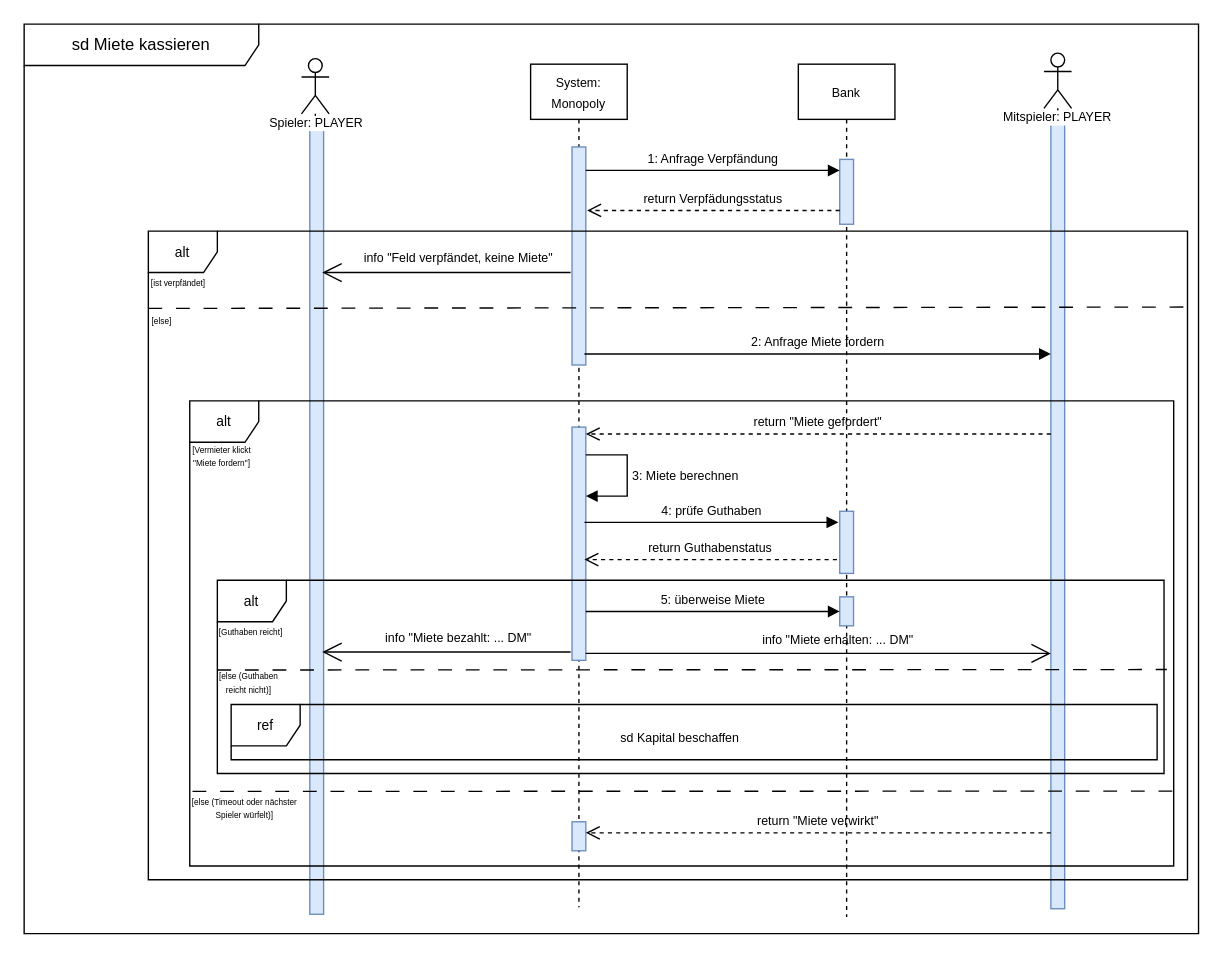
TypeWolf/dhbw_se_monopoly keeps this draw.io diagram as page "sd Miete kassieren" (4 of 7) of Sequenzdiagramme SE Monopoly.drawio. Above is the earlier version. Source tidied: cells renumbered, new cells numbered last; positions are measured from the earlier drawing's top-left corner, leaving out a move shared by most shapes. Both pictures are drawn from the tidied source at 138%, with x=0, y=0 at pixel (23, 23).
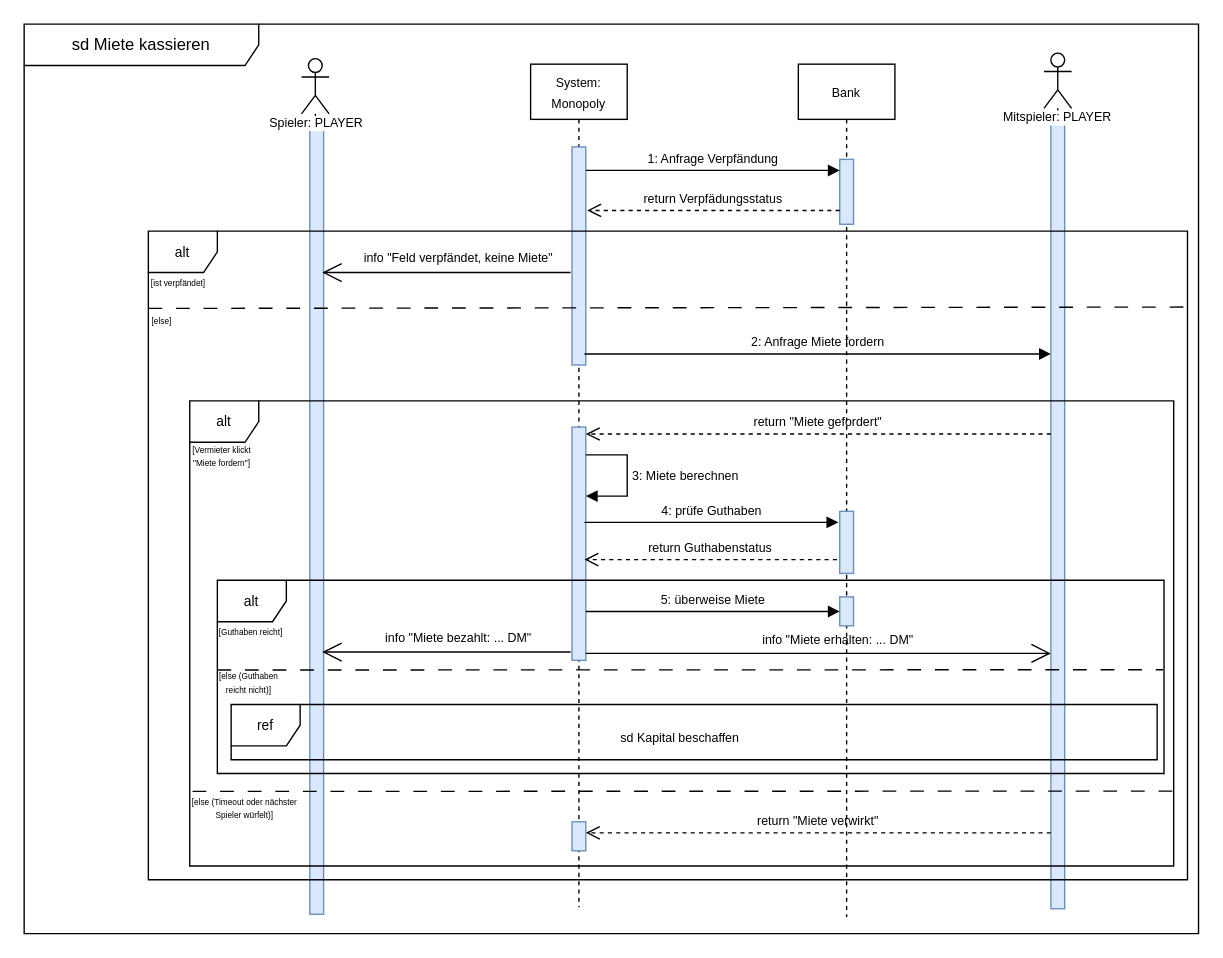
The same page after the edit.

The change refers to these unchanged cells:
```xml
<mxCell id="25" value="&lt;font size=&quot;1&quot;&gt;alt&lt;/font&gt;" style="shape=umlFrame;whiteSpace=wrap;html=1;width=50;" parent="20" vertex="1">
  <mxGeometry x="20" y="130" width="686" height="140" as="geometry" />
</mxCell>
```

Diff of the diagram source:
```diff
@@
-    <mxCell id="28" style="endArrow=none;startArrow=none;endFill=0;startFill=0;endSize=8;html=1;verticalAlign=bottom;dashed=1;labelBackgroundColor=none;dashPattern=10 10;rounded=0;entryX=1.003;entryY=0.462;entryDx=0;entryDy=0;entryPerimeter=0;" parent="25" edge="1" target="25">
+    <mxCell id="28" style="endArrow=none;startArrow=none;endFill=0;startFill=0;endSize=8;html=1;verticalAlign=bottom;dashed=1;labelBackgroundColor=none;dashPattern=10 10;rounded=0;entryX=0.999;entryY=0.463;entryDx=0;entryDy=0;entryPerimeter=0;" parent="25" edge="1" target="25">
       <mxGeometry relative="1" as="geometry">
         <mxPoint y="65" as="sourcePoint" />
       </mxGeometry>
     </mxCell>
```
